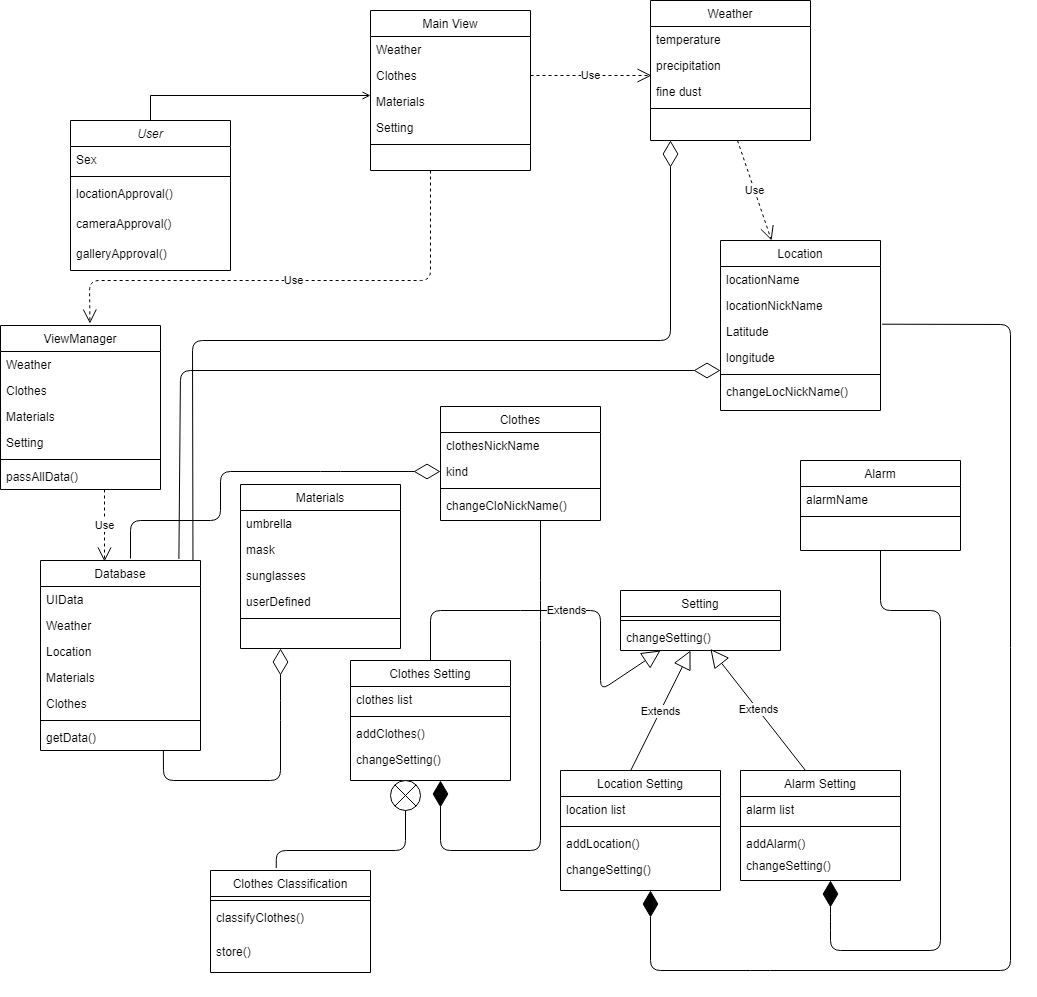
Before: class1.png, a diagram exported from draw.io (kong430/Moning-diagram). Source tidied: cells renumbered, new cells last; positions are measured from the earlier drawing's top-left corner, leaving out a move shared by most shapes.
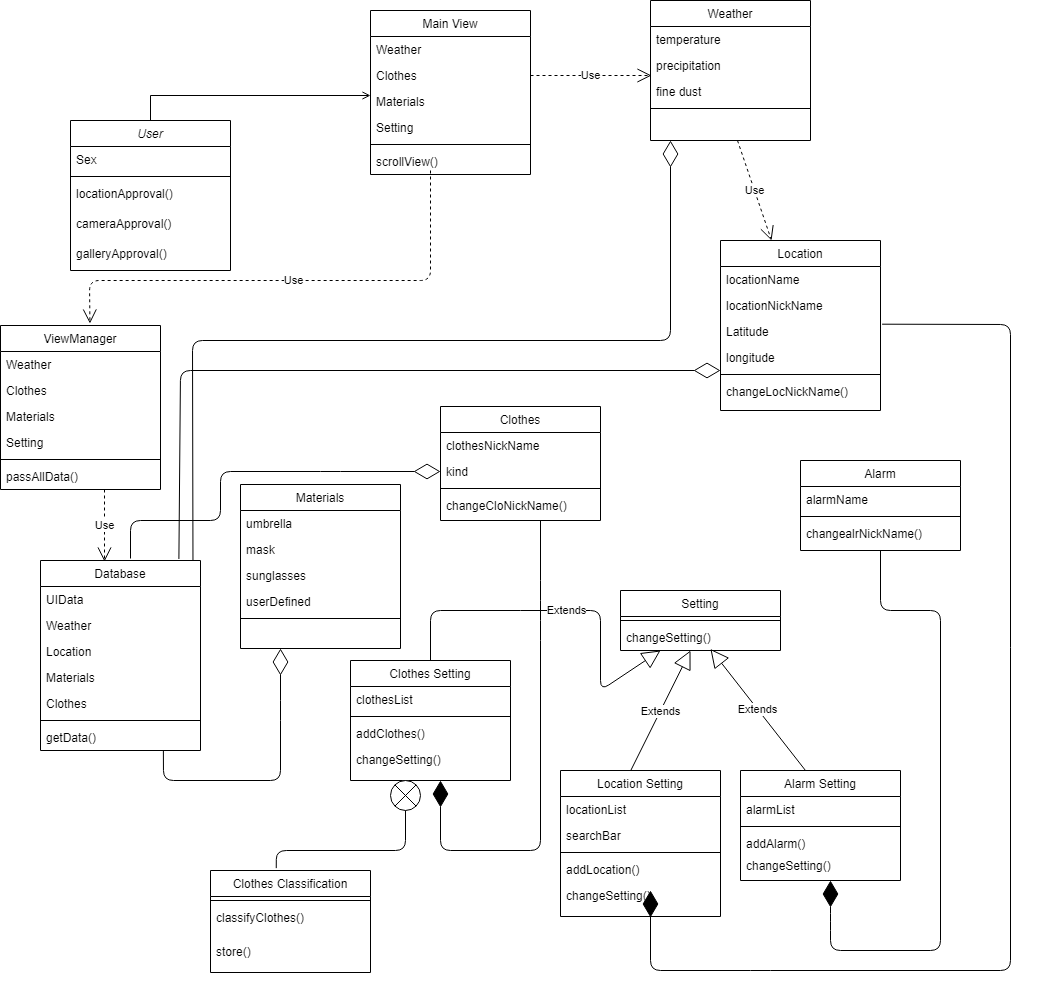
The same diagram one commit later.

Change to the diagram source:
```diff
@@ -21,7 +21,7 @@
       <mxGeometry y="120" width="160" height="30" as="geometry" />
     </mxCell>
     <mxCell id="8" value="Main View" style="swimlane;fontStyle=0;align=center;verticalAlign=top;horizontal=1;startSize=26;rounded=0;shadow=0;strokeWidth=1;" parent="1" vertex="1">
-      <mxGeometry x="370" y="10" width="160" height="160" as="geometry" />
+      <mxGeometry x="370" y="10" width="160" height="164" as="geometry" />
     </mxCell>
     <mxCell id="9" value="Weather" style="text;align=left;verticalAlign=top;spacingLeft=4;spacingRight=4;overflow=hidden;" parent="8" vertex="1">
       <mxGeometry y="26" width="160" height="26" as="geometry" />
@@ -38,6 +38,9 @@
     <mxCell id="13" style="line;html=1;strokeWidth=1;align=left;verticalAlign=middle;spacingTop=-1;spacingLeft=3;spacingRight=3;labelPosition=right;" parent="8" vertex="1">
       <mxGeometry y="130" width="160" height="8" as="geometry" />
     </mxCell>
+    <mxCell id="94" value="scrollView()" style="text;align=left;verticalAlign=top;spacingLeft=4;spacingRight=4;overflow=hidden;rounded=0;shadow=0;html=0;" parent="8" vertex="1">
+      <mxGeometry y="138" width="160" height="26" as="geometry" />
+    </mxCell>
     <mxCell id="14" style="endArrow=open;shadow=0;strokeWidth=1;rounded=0;endFill=1;edgeStyle=elbowEdgeStyle;elbow=vertical;" parent="1" edge="1" source="2">
       <mxGeometry x="0.5" y="41" relative="1" as="geometry">
         <mxPoint x="370" y="95" as="targetPoint" />
@@ -145,19 +148,22 @@
       </mxGeometry>
     </mxCell>
     <mxCell id="44" value="Location Setting" style="swimlane;fontStyle=0;align=center;verticalAlign=top;horizontal=1;startSize=26;rounded=0;shadow=0;strokeWidth=1;" parent="1" vertex="1">
-      <mxGeometry x="560" y="770" width="160" height="120" as="geometry" />
+      <mxGeometry x="560" y="770" width="160" height="146" as="geometry" />
     </mxCell>
-    <mxCell id="45" value="location list" style="text;align=left;verticalAlign=top;spacingLeft=4;spacingRight=4;overflow=hidden;" parent="44" vertex="1">
+    <mxCell id="45" value="locationList" style="text;align=left;verticalAlign=top;spacingLeft=4;spacingRight=4;overflow=hidden;" parent="44" vertex="1">
       <mxGeometry y="26" width="160" height="26" as="geometry" />
     </mxCell>
+    <mxCell id="95" value="searchBar" style="text;align=left;verticalAlign=top;spacingLeft=4;spacingRight=4;overflow=hidden;" parent="44" vertex="1">
+      <mxGeometry y="52" width="160" height="26" as="geometry" />
+    </mxCell>
     <mxCell id="46" style="line;html=1;strokeWidth=1;align=left;verticalAlign=middle;spacingTop=-1;spacingLeft=3;spacingRight=3;labelPosition=right;" parent="44" vertex="1">
-      <mxGeometry y="52" width="160" height="8" as="geometry" />
+      <mxGeometry y="78" width="160" height="8" as="geometry" />
     </mxCell>
     <mxCell id="47" value="addLocation()" style="text;align=left;verticalAlign=top;spacingLeft=4;spacingRight=4;overflow=hidden;rounded=0;shadow=0;html=0;" parent="44" vertex="1">
-      <mxGeometry y="60" width="160" height="26" as="geometry" />
+      <mxGeometry y="86" width="160" height="26" as="geometry" />
     </mxCell>
     <mxCell id="48" value="changeSetting()" style="text;align=left;verticalAlign=top;spacingLeft=4;spacingRight=4;overflow=hidden;" parent="44" vertex="1">
-      <mxGeometry y="86" width="160" height="34" as="geometry" />
+      <mxGeometry y="112" width="160" height="34" as="geometry" />
     </mxCell>
     <mxCell id="49" style="endArrow=diamondThin;endFill=1;endSize=24;html=1;exitX=1.01;exitY=0.219;exitDx=0;exitDy=0;exitPerimeter=0;" parent="44" edge="1" source="23">
       <mxGeometry relative="1" as="geometry">
@@ -178,7 +184,7 @@
     <mxCell id="51" value="Alarm Setting" style="swimlane;fontStyle=0;align=center;verticalAlign=top;horizontal=1;startSize=26;rounded=0;shadow=0;strokeWidth=1;" parent="1" vertex="1">
       <mxGeometry x="740" y="770" width="160" height="110" as="geometry" />
     </mxCell>
-    <mxCell id="52" value="alarm list" style="text;align=left;verticalAlign=top;spacingLeft=4;spacingRight=4;overflow=hidden;" parent="51" vertex="1">
+    <mxCell id="52" value="alarmList" style="text;align=left;verticalAlign=top;spacingLeft=4;spacingRight=4;overflow=hidden;" parent="51" vertex="1">
       <mxGeometry y="26" width="160" height="26" as="geometry" />
     </mxCell>
     <mxCell id="53" style="line;html=1;strokeWidth=1;align=left;verticalAlign=middle;spacingTop=-1;spacingLeft=3;spacingRight=3;labelPosition=right;" parent="51" vertex="1">
@@ -199,6 +205,9 @@
     <mxCell id="58" style="line;html=1;strokeWidth=1;align=left;verticalAlign=middle;spacingTop=-1;spacingLeft=3;spacingRight=3;labelPosition=right;" parent="56" vertex="1">
       <mxGeometry y="52" width="160" height="8" as="geometry" />
     </mxCell>
+    <mxCell id="96" value="changealrNickName()" style="text;align=left;verticalAlign=top;spacingLeft=4;spacingRight=4;overflow=hidden;" parent="56" vertex="1">
+      <mxGeometry y="60" width="160" height="26" as="geometry" />
+    </mxCell>
     <mxCell id="59" style="endArrow=diamondThin;endFill=1;endSize=24;html=1;exitX=0.5;exitY=1;exitDx=0;exitDy=0;" parent="1" edge="1" source="56">
       <mxGeometry relative="1" as="geometry">
         <mxPoint x="830" y="880" as="targetPoint" />
@@ -214,7 +223,7 @@
     <mxCell id="60" value="Clothes Setting" style="swimlane;fontStyle=0;align=center;verticalAlign=top;horizontal=1;startSize=26;rounded=0;shadow=0;strokeWidth=1;" parent="1" vertex="1">
       <mxGeometry x="350" y="660" width="160" height="120" as="geometry" />
     </mxCell>
-    <mxCell id="61" value="clothes list" style="text;align=left;verticalAlign=top;spacingLeft=4;spacingRight=4;overflow=hidden;" parent="60" vertex="1">
+    <mxCell id="61" value="clothesList" style="text;align=left;verticalAlign=top;spacingLeft=4;spacingRight=4;overflow=hidden;" parent="60" vertex="1">
       <mxGeometry y="26" width="160" height="26" as="geometry" />
     </mxCell>
     <mxCell id="62" style="line;html=1;strokeWidth=1;align=left;verticalAlign=middle;spacingTop=-1;spacingLeft=3;spacingRight=3;labelPosition=right;" parent="60" vertex="1">
```
